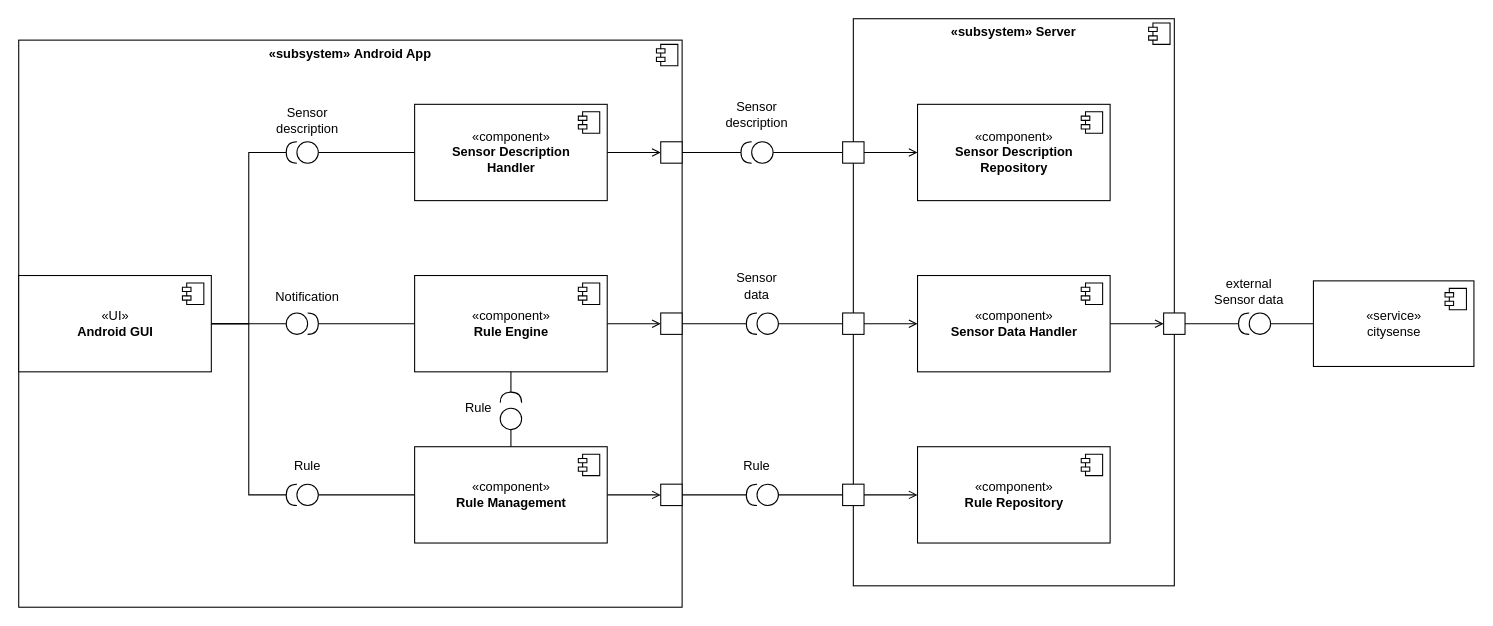
Before: ComponentDiagram.drawio in frozzenshooter/LoRaParkAppDocumentation, a draw.io diagram. Source tidied: cells renumbered, new cells numbered last; positions are measured from the earlier drawing's top-left corner, leaving out a move shared by most shapes. Both pictures are drawn from the tidied source at 107%, with x=0, y=0 at pixel (18, 18).
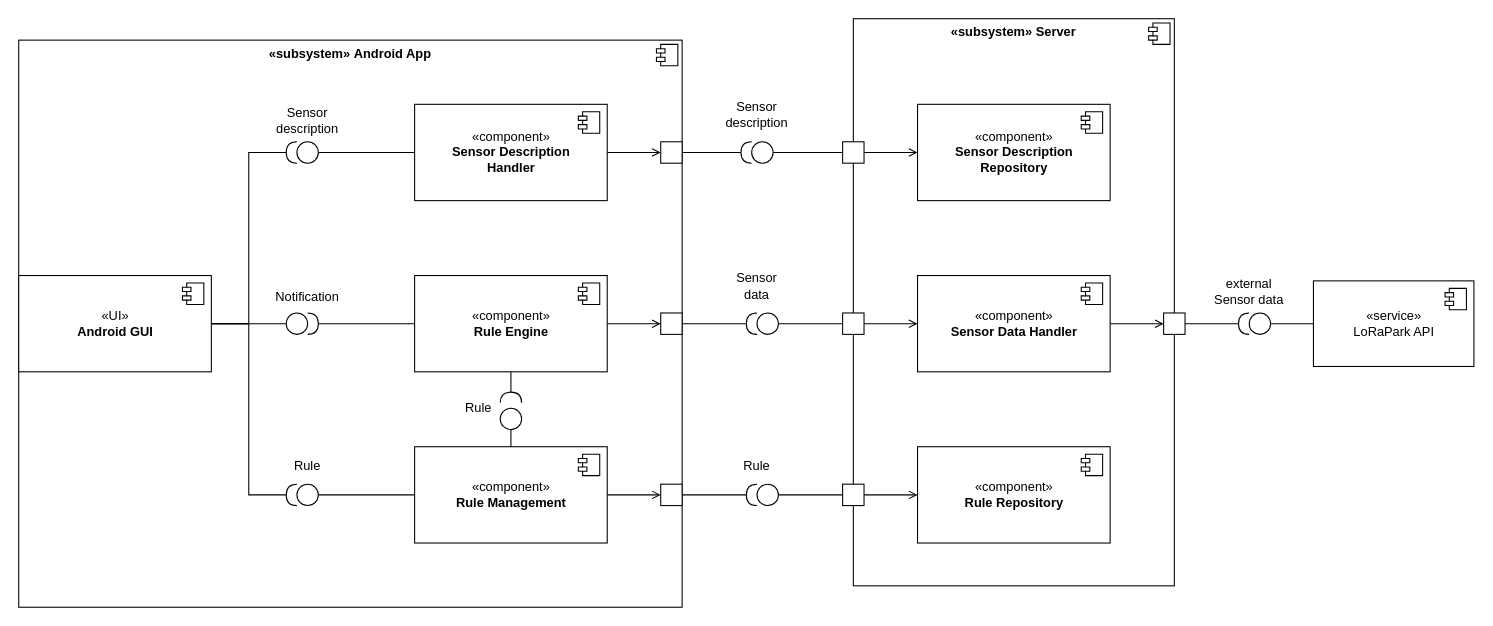
The same page after the edit.

What changed in the source:
```diff
@@
-    <mxCell id="48" value="«service»&lt;br&gt;citysense" style="html=1;" parent="1" vertex="1">
+    <mxCell id="48" value="«service»&lt;br&gt;LoRaPark API" style="html=1;" parent="1" vertex="1">
       <mxGeometry x="1210" y="245" width="150" height="80" as="geometry" />
     </mxCell>
```
